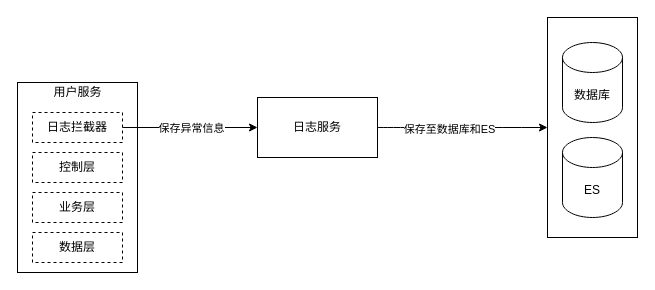
This is 牙管家/牙管家-日志解决方案.drawio from cherishsince/diagrams.net, a draw.io file, before an edit. Source tidied: cells renumbered, new cells numbered last; positions are measured from the earlier drawing's top-left corner, leaving out a move shared by most shapes. Both pictures are drawn from the tidied source at 100%, with x=0, y=0 at pixel (17, 17).
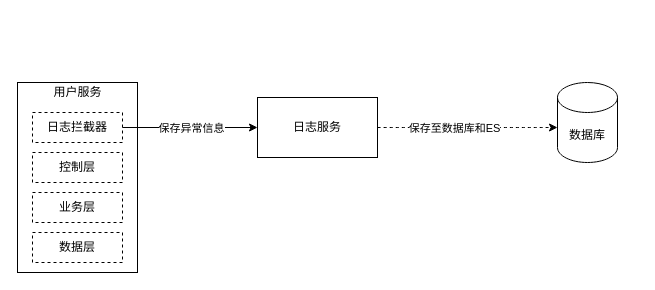
After the change.

Commit message (it also covers changes not shown here):
更新牙管家-日志解决方案.drawio

What changed in the source:
```diff
@@
 <mxGraphModel>
   <root>
     <mxCell id="0" />
     <mxCell id="1" parent="0" />
-    <mxCell id="2" style="rounded=0;whiteSpace=wrap;html=1;" parent="1" vertex="1">
-      <mxGeometry x="530" width="90" height="220" as="geometry" />
-    </mxCell>
     <mxCell id="3" value="数据库" style="shape=cylinder3;whiteSpace=wrap;html=1;boundedLbl=1;backgroundOutline=1;size=15;" parent="1" vertex="1">
-      <mxGeometry x="545" y="25" width="60" height="80" as="geometry" />
+      <mxGeometry x="540" y="65" width="60" height="80" as="geometry" />
     </mxCell>
-    <mxCell id="4" value="ES" style="shape=cylinder3;whiteSpace=wrap;html=1;boundedLbl=1;backgroundOutline=1;size=15;" parent="1" vertex="1">
-      <mxGeometry x="545" y="120" width="60" height="80" as="geometry" />
-    </mxCell>
     <mxCell id="5" style="group;" parent="1" vertex="1">
       <mxGeometry y="65" width="120" height="190" as="geometry" />
     </mxCell>
     <mxCell id="6" style="rounded=0;whiteSpace=wrap;html=1;" parent="5" vertex="1">
       <mxGeometry width="120" height="190" as="geometry" />
     </mxCell>
     <mxCell id="7" value="日志拦截器" style="rounded=0;whiteSpace=wrap;html=1;dashed=1;" parent="5" vertex="1">
       <mxGeometry x="15" y="30" width="90" height="30" as="geometry" />
     </mxCell>
     <mxCell id="8" value="控制层" style="rounded=0;whiteSpace=wrap;html=1;dashed=1;" parent="5" vertex="1">
       <mxGeometry x="15" y="70" width="90" height="30" as="geometry" />
     </mxCell>
     <mxCell id="9" value="用户服务" style="text;html=1;align=center;verticalAlign=middle;strokeColor=none;" parent="5" vertex="1">
       <mxGeometry x="30" width="60" height="20" as="geometry" />
     </mxCell>
     <mxCell id="10" value="业务层" style="rounded=0;whiteSpace=wrap;html=1;dashed=1;" parent="5" vertex="1">
       <mxGeometry x="15" y="110" width="90" height="30" as="geometry" />
     </mxCell>
     <mxCell id="11" value="数据层" style="rounded=0;whiteSpace=wrap;html=1;dashed=1;" parent="5" vertex="1">
       <mxGeometry x="15" y="150" width="90" height="30" as="geometry" />
     </mxCell>
-    <mxCell id="12" style="edgeStyle=orthogonalEdgeStyle;curved=1;rounded=0;jettySize=auto;html=1;entryX=0;entryY=0.5;entryDx=0;entryDy=0;" parent="1" edge="1" source="14" target="2">
-      <mxGeometry relative="1" as="geometry" />
+    <mxCell id="12" style="edgeStyle=orthogonalEdgeStyle;curved=1;rounded=0;jettySize=auto;html=1;dashed=1;" parent="1" edge="1" source="14">
+      <mxGeometry relative="1" as="geometry">
+        <mxPoint x="540" y="110" as="targetPoint" />
+      </mxGeometry>
     </mxCell>
     <mxCell id="13" value="保存至数据库和ES" style="edgeLabel;html=1;align=center;verticalAlign=middle;" parent="12" vertex="1">
-      <mxGeometry x="-0.16" y="-1" relative="1" as="geometry" />
+      <mxGeometry x="-0.16" y="-1" relative="1" as="geometry">
+        <mxPoint y="-1" as="offset" />
+      </mxGeometry>
     </mxCell>
     <mxCell id="14" value="日志服务" style="rounded=0;whiteSpace=wrap;html=1;" parent="1" vertex="1">
       <mxGeometry x="240" y="80" width="120" height="60" as="geometry" />
     </mxCell>
     <mxCell id="15" style="edgeStyle=orthogonalEdgeStyle;rounded=0;jettySize=auto;html=1;entryX=0;entryY=0.5;entryDx=0;entryDy=0;" parent="1" edge="1" source="7" target="14">
       <mxGeometry relative="1" as="geometry" />
     </mxCell>
     <mxCell id="16" value="保存异常信息" style="edgeLabel;html=1;align=center;verticalAlign=middle;" parent="15" vertex="1">
       <mxGeometry x="0.01" relative="1" as="geometry" />
     </mxCell>
   </root>
 </mxGraphModel>
```
